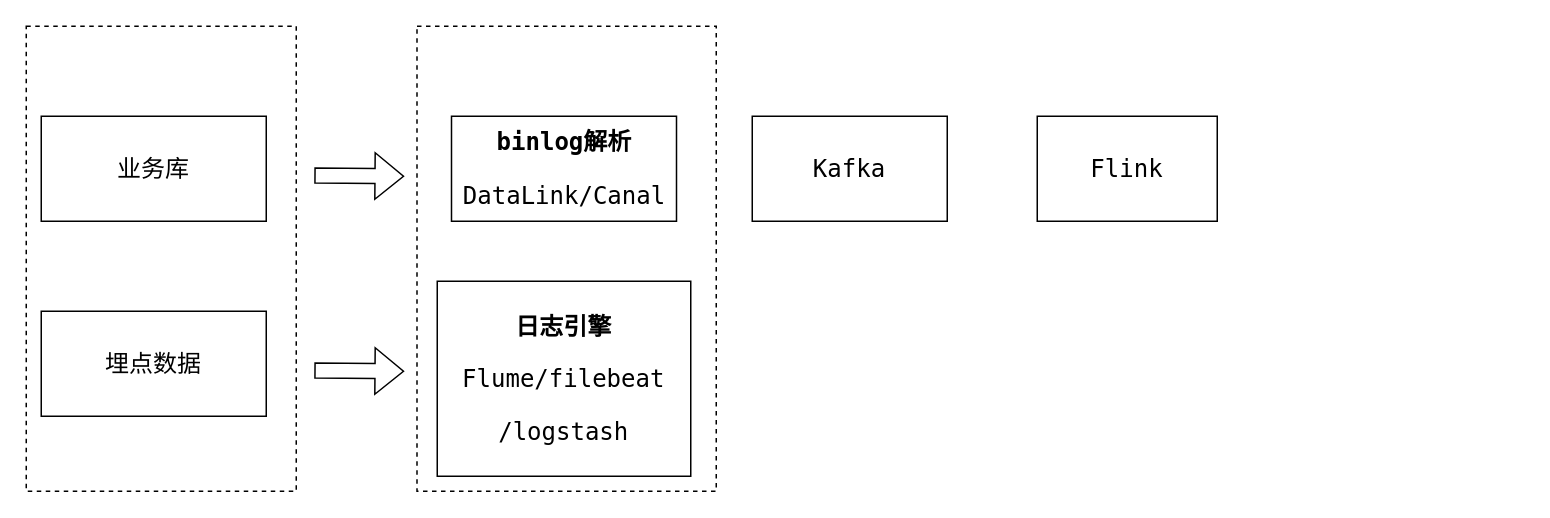
yanshenliang/yanshenliang.github.io keeps this draw.io diagram as Untitled Diagram.drawio. Above is the earlier version. Source tidied: cells renumbered, new cells numbered last; positions are measured from the earlier drawing's top-left corner, leaving out a move shared by most shapes. Both pictures are drawn from the tidied source at 150%, with x=0, y=0 at pixel (26, 26).
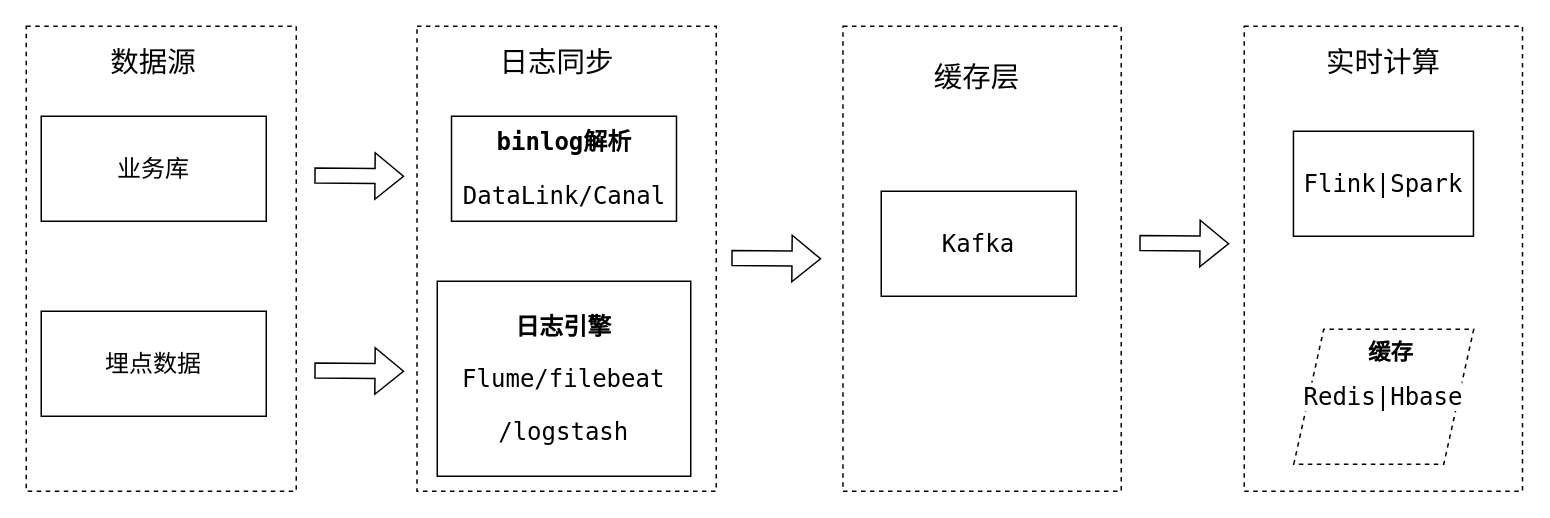
After the change.

Diff of the diagram source:
```diff
@@
+    <mxCell id="12" style="rounded=0;whiteSpace=wrap;html=1;dashed=1;" parent="1" vertex="1">
+      <mxGeometry x="812" width="185.5" height="310" as="geometry" />
+    </mxCell>
+    <mxCell id="13" style="rounded=0;whiteSpace=wrap;html=1;dashed=1;" parent="1" vertex="1">
+      <mxGeometry x="544.5" width="185.5" height="310" as="geometry" />
+    </mxCell>
@@
     <mxCell id="5" value="&lt;pre style=&quot;background-color: rgb(255 , 255 , 255) ; font-family: &amp;#34;menlo&amp;#34; ; font-size: 12pt&quot;&gt;Kafka&lt;/pre&gt;" style="rounded=0;whiteSpace=wrap;html=1;" parent="1" vertex="1">
-      <mxGeometry x="484" y="60" width="130" height="70" as="geometry" />
+      <mxGeometry x="570" y="110" width="130" height="70" as="geometry" />
     </mxCell>
-    <mxCell id="6" value="&lt;pre style=&quot;background-color: rgb(255 , 255 , 255) ; font-family: &amp;#34;menlo&amp;#34; ; font-size: 12pt&quot;&gt;Flink&lt;/pre&gt;" style="rounded=0;whiteSpace=wrap;html=1;" parent="1" vertex="1">
-      <mxGeometry x="674" y="60" width="120" height="70" as="geometry" />
+    <mxCell id="6" value="&lt;pre style=&quot;background-color: rgb(255 , 255 , 255) ; font-family: &amp;#34;menlo&amp;#34; ; font-size: 12pt&quot;&gt;Flink|Spark&lt;/pre&gt;" style="rounded=0;whiteSpace=wrap;html=1;" parent="1" vertex="1">
+      <mxGeometry x="844.8" y="70" width="120" height="70" as="geometry" />
     </mxCell>
@@
+    <mxCell id="14" value="&lt;font style=&quot;font-size: 19px&quot;&gt;数据源&lt;/font&gt;" style="text;html=1;strokeColor=none;fillColor=none;align=center;verticalAlign=middle;whiteSpace=wrap;rounded=0;dashed=1;" parent="1" vertex="1">
+      <mxGeometry x="5" y="10" width="160" height="30" as="geometry" />
+    </mxCell>
+    <mxCell id="15" value="&lt;span style=&quot;font-size: 19px&quot;&gt;日志同步&lt;/span&gt;" style="text;html=1;strokeColor=none;fillColor=none;align=center;verticalAlign=middle;whiteSpace=wrap;rounded=0;dashed=1;" parent="1" vertex="1">
+      <mxGeometry x="273.5" y="10" width="160" height="30" as="geometry" />
+    </mxCell>
+    <mxCell id="16" style="shape=flexArrow;endArrow=classic;html=1;rounded=0;" parent="1" edge="1">
+      <mxGeometry relative="1" as="geometry">
+        <mxPoint x="470" y="154.5" as="sourcePoint" />
+        <mxPoint x="530" y="155" as="targetPoint" />
+      </mxGeometry>
+    </mxCell>
+    <mxCell id="17" value="&lt;span style=&quot;font-size: 19px&quot;&gt;缓存层&lt;/span&gt;" style="text;html=1;strokeColor=none;fillColor=none;align=center;verticalAlign=middle;whiteSpace=wrap;rounded=0;dashed=1;" parent="1" vertex="1">
+      <mxGeometry x="554" y="20" width="160" height="30" as="geometry" />
+    </mxCell>
+    <mxCell id="18" style="shape=flexArrow;endArrow=classic;html=1;rounded=0;" parent="1" edge="1">
+      <mxGeometry relative="1" as="geometry">
+        <mxPoint x="742" y="144.5" as="sourcePoint" />
+        <mxPoint x="802" y="145" as="targetPoint" />
+      </mxGeometry>
+    </mxCell>
+    <mxCell id="19" value="&lt;pre style=&quot;background-color: rgb(255 , 255 , 255) ; font-family: &amp;#34;menlo&amp;#34; ; font-size: 12pt&quot;&gt;Redis|Hbase&lt;/pre&gt;" style="shape=parallelogram;perimeter=parallelogramPerimeter;whiteSpace=wrap;html=1;fixedSize=1;dashed=1;fontSize=19;" parent="1" vertex="1">
+      <mxGeometry x="845" y="202" width="120" height="90" as="geometry" />
+    </mxCell>
+    <mxCell id="20" value="&lt;span style=&quot;font-size: 19px&quot;&gt;实时计算&lt;/span&gt;" style="text;html=1;strokeColor=none;fillColor=none;align=center;verticalAlign=middle;whiteSpace=wrap;rounded=0;dashed=1;" parent="1" vertex="1">
+      <mxGeometry x="825" y="10" width="160" height="30" as="geometry" />
+    </mxCell>
+    <mxCell id="21" value="&lt;font size=&quot;1&quot;&gt;&lt;b style=&quot;font-size: 15px&quot;&gt;缓存&lt;/b&gt;&lt;/font&gt;" style="text;html=1;strokeColor=none;fillColor=none;align=center;verticalAlign=middle;whiteSpace=wrap;rounded=0;dashed=1;fontSize=19;" parent="1" vertex="1">
+      <mxGeometry x="880" y="202" width="60" height="30" as="geometry" />
+    </mxCell>
```
